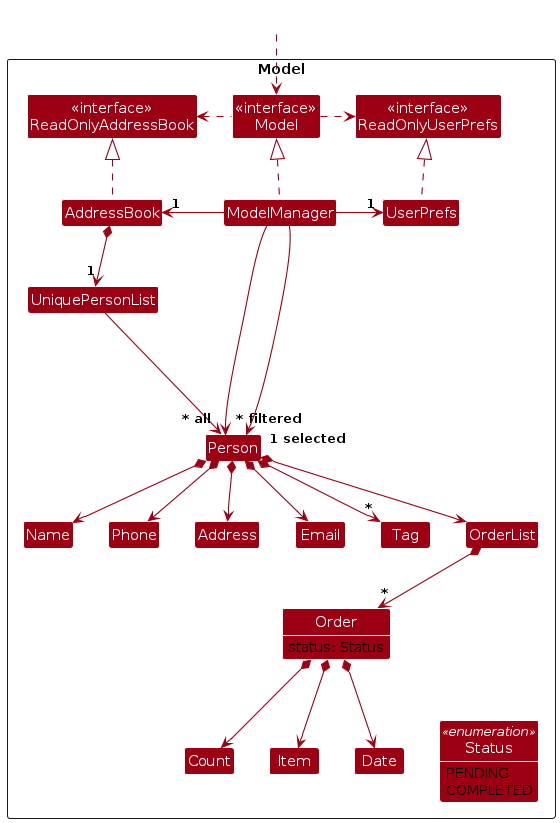
FooChao/tp keeps this PlantUML diagram as diagrams/ModelClassDiagram.png. Above is the earlier version. Its source is kept beside it as diagrams/ModelClassDiagram.puml.
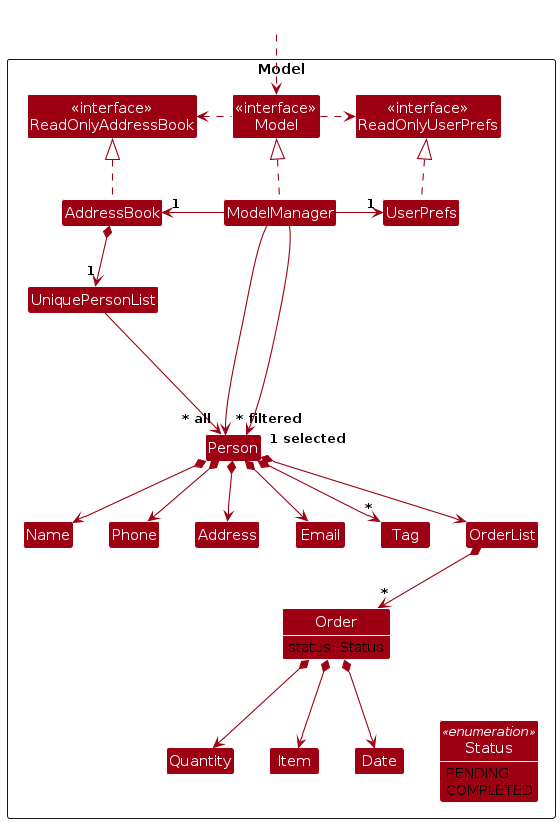
After the change.

The edit, as a diff of the source:
```diff
@@ -25,7 +25,7 @@
 }
 Class Item
 Class Date
-Class Count
+Class Quantity
 
 
 enum Status <<enumeration>> {
@@ -59,7 +59,7 @@
 OrderList *--> "*" Order
 Order *--> Item
 Order *--> Date
-Order *--> Count
+Order *--> Quantity
 
 Person -[hidden]up--> I
 UniquePersonList -[hidden]right-> I
@@ -68,7 +68,7 @@
 Phone -[hidden]right-> Address
 Address -[hidden]right-> Email
 
-Count -[hidden]right--> Status
+Quantity -[hidden]right--> Status
 
 show Order members
 hide Order methods
```
